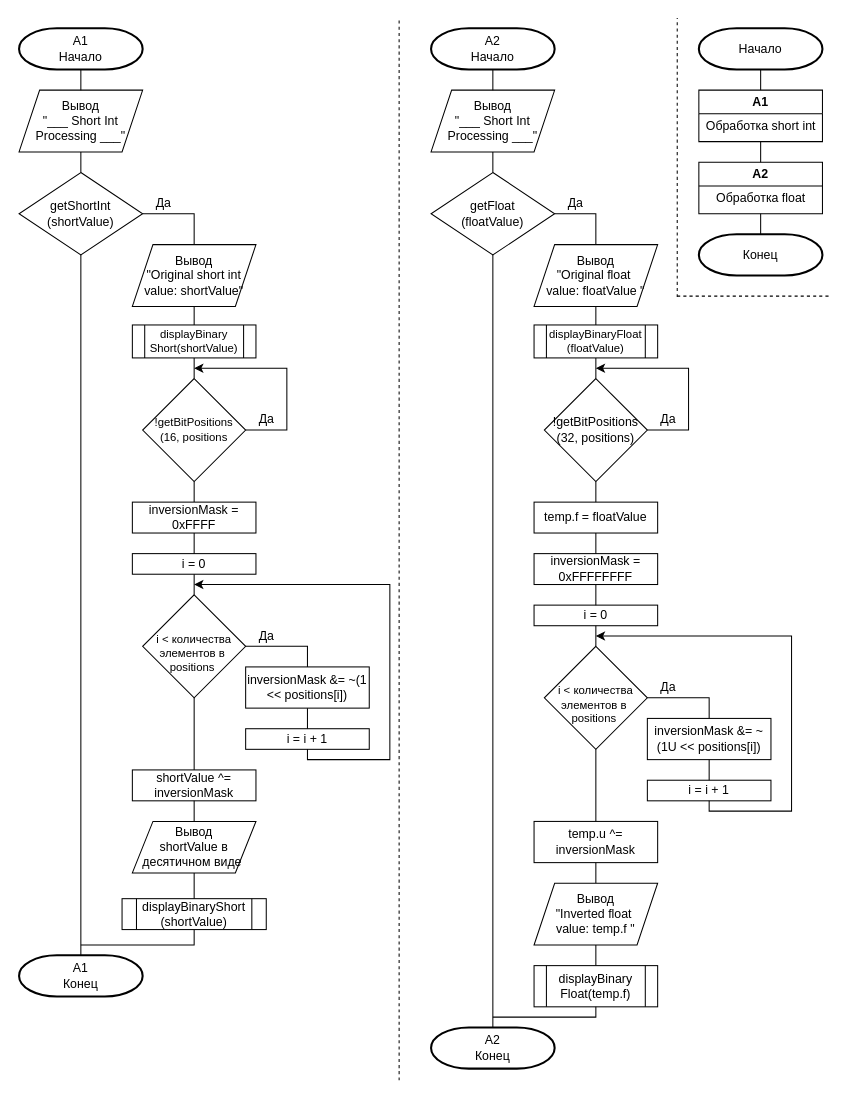
TrueTalentless/OrgOfCAndSSem3 keeps this draw.io diagram as page "Main" (1 of 4) of images/OrgOfC&S_Scheme.drawio. Above is the earlier version. Source tidied: cells renumbered, new cells numbered last; positions are measured from the earlier drawing's top-left corner, leaving out a move shared by most shapes. Both pictures are drawn from the tidied source at 103%, with x=0, y=0 at pixel (19, 18).
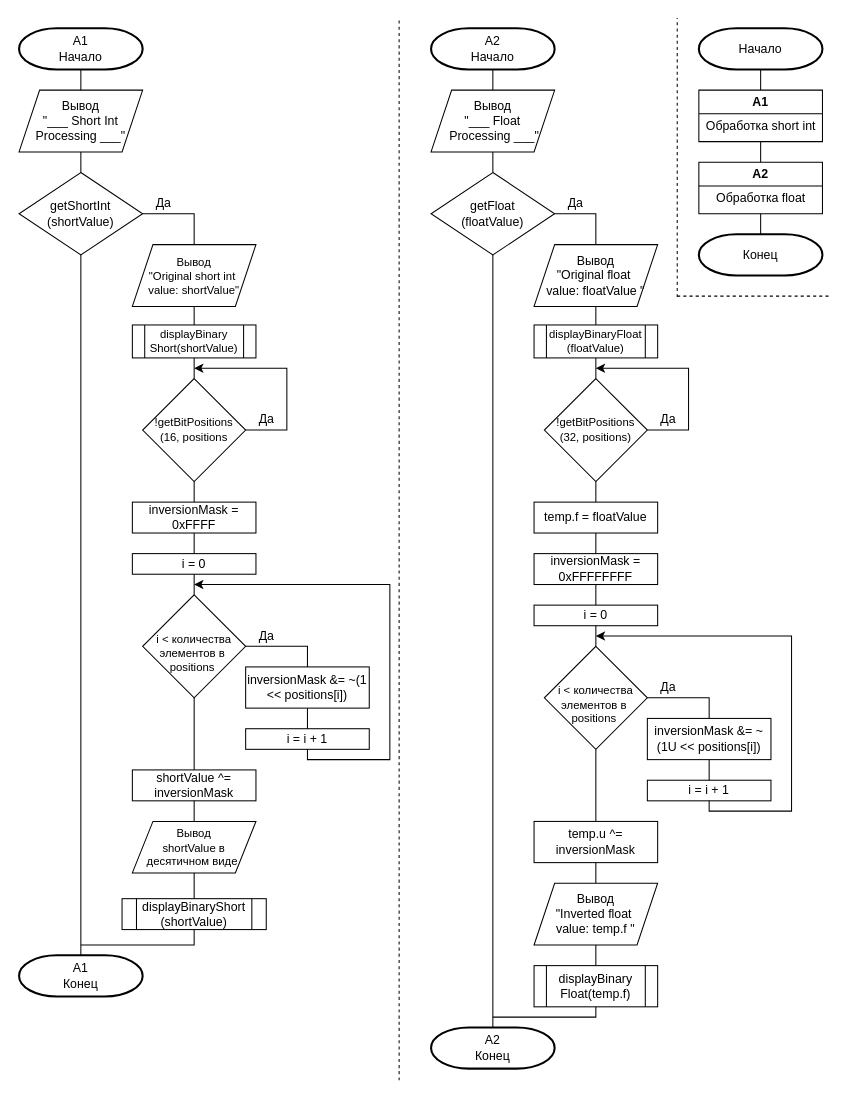
Above is the later version.

Diff of the diagram source:
```diff
@@
-    <mxCell id="8" value="Вывод&lt;div&gt;&quot;Original short int value: shortValue&lt;span style=&quot;background-color: initial;&quot;&gt;&quot;&lt;/span&gt;&lt;br&gt;&lt;/div&gt;" style="shape=parallelogram;perimeter=parallelogramPerimeter;whiteSpace=wrap;html=1;fixedSize=1;" parent="1" vertex="1">
+    <mxCell id="8" value="&lt;font style=&quot;font-size: 11px;&quot;&gt;Вывод&lt;/font&gt;&lt;div style=&quot;font-size: 11px;&quot;&gt;&lt;font style=&quot;font-size: 11px;&quot;&gt;&quot;Original short int&amp;nbsp;&lt;/font&gt;&lt;/div&gt;&lt;div style=&quot;font-size: 11px;&quot;&gt;&lt;font style=&quot;font-size: 11px;&quot;&gt;value: shortValue&lt;span style=&quot;background-color: initial;&quot;&gt;&quot;&lt;/span&gt;&lt;/font&gt;&lt;br&gt;&lt;/div&gt;" style="shape=parallelogram;perimeter=parallelogramPerimeter;whiteSpace=wrap;html=1;fixedSize=1;" parent="1" vertex="1">
       <mxGeometry x="110" y="220" width="120" height="60" as="geometry" />
     </mxCell>
@@
-    <mxCell id="29" value="Вывод&lt;div&gt;shortValue в десятичном виде&amp;nbsp;&lt;/div&gt;" style="shape=parallelogram;perimeter=parallelogramPerimeter;whiteSpace=wrap;html=1;fixedSize=1;spacingLeft=4;spacingRight=4;" parent="1" vertex="1">
+    <mxCell id="29" value="&lt;font style=&quot;font-size: 11px;&quot;&gt;Вывод&lt;/font&gt;&lt;div style=&quot;font-size: 11px;&quot;&gt;&lt;font style=&quot;font-size: 11px;&quot;&gt;shortValue в десятичном виде&amp;nbsp;&lt;/font&gt;&lt;/div&gt;" style="shape=parallelogram;perimeter=parallelogramPerimeter;whiteSpace=wrap;html=1;fixedSize=1;spacingLeft=4;spacingRight=4;" parent="1" vertex="1">
       <mxGeometry x="110" y="780" width="120" height="50" as="geometry" />
     </mxCell>
@@
-    <mxCell id="42" value="Вывод&lt;div&gt;&quot;___ Short Int Processing ___&quot;&lt;br&gt;&lt;/div&gt;" style="shape=parallelogram;perimeter=parallelogramPerimeter;whiteSpace=wrap;html=1;fixedSize=1;" parent="1" vertex="1">
+    <mxCell id="42" value="Вывод&lt;div&gt;&quot;___ Float&lt;/div&gt;&lt;div&gt;&amp;nbsp;Processing ___&quot;&lt;br&gt;&lt;/div&gt;" style="shape=parallelogram;perimeter=parallelogramPerimeter;whiteSpace=wrap;html=1;fixedSize=1;" parent="1" vertex="1">
       <mxGeometry x="400" y="70" width="120" height="60" as="geometry" />
     </mxCell>
@@
-    <mxCell id="51" value="&lt;div&gt;!getBitPositions&lt;/div&gt;&lt;div&gt;(32, positions)&lt;br&gt;&lt;/div&gt;" style="rhombus;whiteSpace=wrap;html=1;" parent="1" vertex="1">
+    <mxCell id="51" value="&lt;div style=&quot;font-size: 11px;&quot;&gt;&lt;font style=&quot;font-size: 11px;&quot;&gt;!getBitPositions&lt;/font&gt;&lt;/div&gt;&lt;div style=&quot;font-size: 11px;&quot;&gt;&lt;font style=&quot;font-size: 11px;&quot;&gt;(32, positions)&lt;/font&gt;&lt;br&gt;&lt;/div&gt;" style="rhombus;whiteSpace=wrap;html=1;" parent="1" vertex="1">
       <mxGeometry x="510" y="350" width="100" height="100" as="geometry" />
     </mxCell>
```
